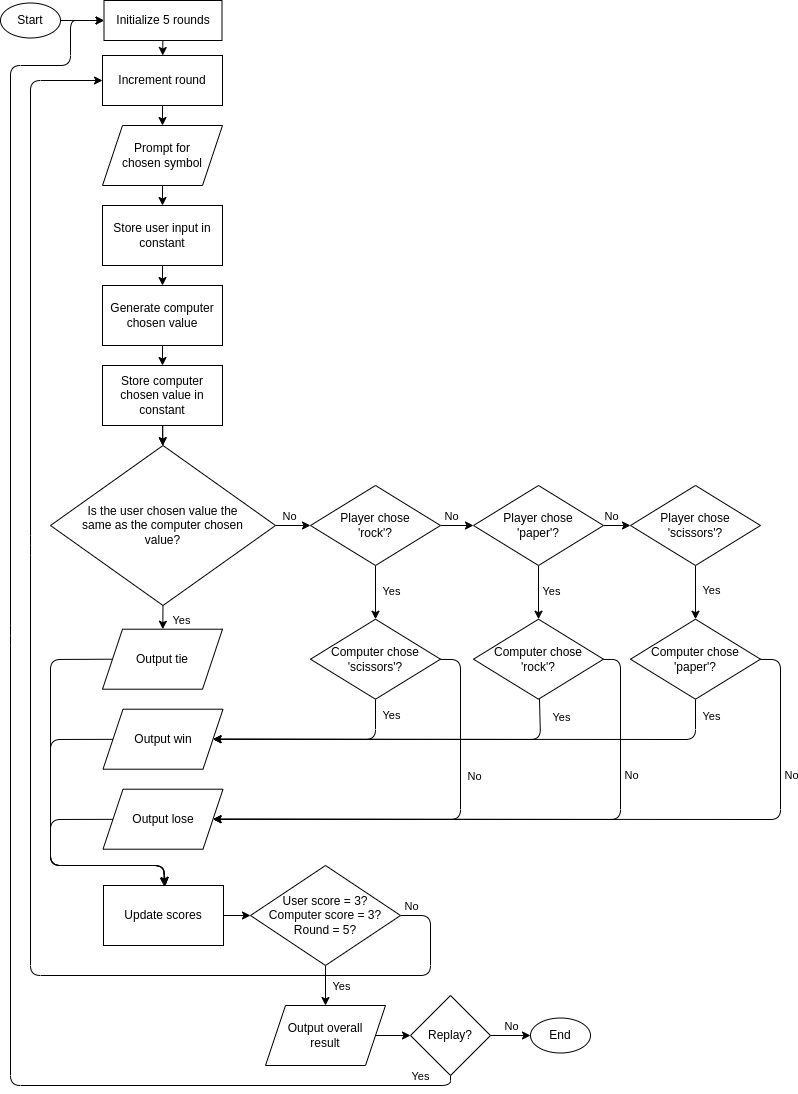
Before: algorithm/algorithm.drawio.png, a diagram exported from draw.io (zoard-ehmann/odin-rock-paper-scissors). Source tidied: cells renumbered, new cells last; positions are measured from the earlier drawing's top-left corner, leaving out a move shared by most shapes.
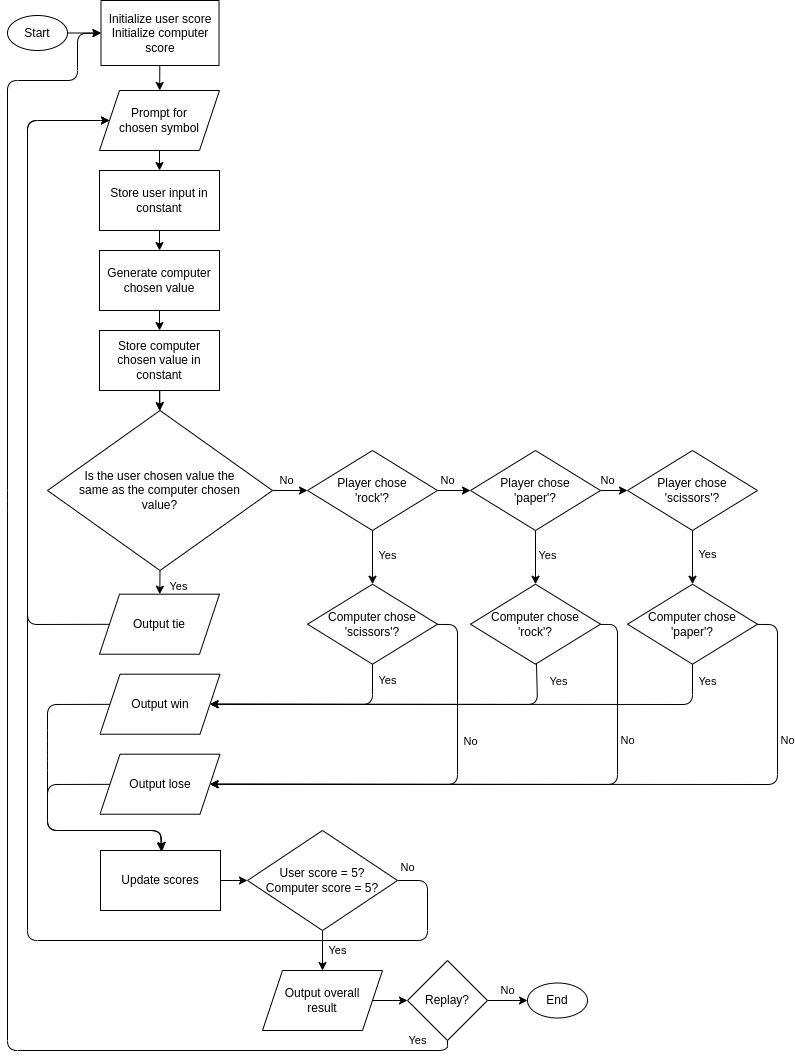
After the commit.

Commit message:
docs: Update docs & algorithm with GUI setup

The edit, as a diff of the source:
```diff
@@ -52,17 +52,15 @@
     <mxCell id="15" value="Player chose&lt;br&gt;'rock'?" style="rhombus;whiteSpace=wrap;html=1;" parent="1" vertex="1">
       <mxGeometry x="310" y="485" width="130" height="80" as="geometry" />
     </mxCell>
-    <mxCell id="16" style="edgeStyle=none;html=1;exitX=0;exitY=0.5;exitDx=0;exitDy=0;entryX=0.5;entryY=0;entryDx=0;entryDy=0;" parent="1" edge="1" source="17">
-      <mxGeometry relative="1" as="geometry">
-        <mxPoint x="165" y="885" as="targetPoint" />
-        <Array as="points">
-          <mxPoint x="50" y="659" />
-          <mxPoint x="50" y="865" />
-          <mxPoint x="100" y="865" />
-          <mxPoint x="163" y="865" />
-        </Array>
-      </mxGeometry>
-    </mxCell>
+    <mxCell id="71" style="edgeStyle=none;html=1;entryX=0;entryY=0.5;entryDx=0;entryDy=0;" parent="1" edge="1" source="17" target="19">
+      <mxGeometry relative="1" as="geometry">
+        <Array as="points">
+          <mxPoint x="30" y="659" />
+          <mxPoint x="30" y="395" />
+          <mxPoint x="30" y="155" />
+        </Array>
+      </mxGeometry>
+    </mxCell>
     <mxCell id="17" value="Output tie" style="shape=parallelogram;perimeter=parallelogramPerimeter;whiteSpace=wrap;html=1;fixedSize=1;" parent="1" vertex="1">
       <mxGeometry x="102" y="628.7" width="120" height="60" as="geometry" />
     </mxCell>
@@ -116,6 +114,8 @@
         <mxPoint x="165" y="885" as="targetPoint" />
         <Array as="points">
           <mxPoint x="50" y="739" />
+          <mxPoint x="50" y="775" />
+          <mxPoint x="50" y="795" />
           <mxPoint x="50" y="865" />
           <mxPoint x="163" y="865" />
         </Array>
@@ -231,14 +231,14 @@
         <mxPoint x="15" y="-4" as="offset" />
       </mxGeometry>
     </mxCell>
-    <mxCell id="52" style="edgeStyle=none;html=1;entryX=0;entryY=0.5;entryDx=0;entryDy=0;exitX=1;exitY=0.5;exitDx=0;exitDy=0;" parent="1" edge="1" source="54" target="61">
+    <mxCell id="52" style="edgeStyle=none;html=1;entryX=0;entryY=0.5;entryDx=0;entryDy=0;exitX=1;exitY=0.5;exitDx=0;exitDy=0;" parent="1" edge="1" source="54" target="19">
       <mxGeometry relative="1" as="geometry">
         <Array as="points">
           <mxPoint x="430" y="915" />
           <mxPoint x="430" y="975" />
           <mxPoint x="30" y="975" />
           <mxPoint x="30" y="545" />
-          <mxPoint x="30" y="80" />
+          <mxPoint x="30" y="155" />
         </Array>
       </mxGeometry>
     </mxCell>
@@ -247,14 +247,19 @@
         <mxPoint x="-17" y="-56" as="offset" />
       </mxGeometry>
     </mxCell>
-    <mxCell id="54" value="User score = 3?&lt;br&gt;Computer score = 3?&lt;br&gt;Round = 5?" style="rhombus;whiteSpace=wrap;html=1;" parent="1" vertex="1">
+    <mxCell id="54" value="User score = 5?&lt;br&gt;Computer score = 5?" style="rhombus;whiteSpace=wrap;html=1;" parent="1" vertex="1">
       <mxGeometry x="250" y="865" width="150" height="100" as="geometry" />
     </mxCell>
-    <mxCell id="55" style="edgeStyle=none;html=1;" parent="1" edge="1" source="56" target="61">
-      <mxGeometry relative="1" as="geometry" />
+    <mxCell id="55" style="edgeStyle=none;html=1;" parent="1" edge="1" source="56">
+      <mxGeometry relative="1" as="geometry">
+        <mxPoint x="162.2" y="75" as="targetPoint" />
+      </mxGeometry>
     </mxCell>
+    <mxCell id="72" style="edgeStyle=none;html=1;" parent="1" edge="1" source="56" target="19">
+      <mxGeometry relative="1" as="geometry" />
+    </mxCell>
-    <mxCell id="56" value="Initialize 5 rounds" style="rounded=0;whiteSpace=wrap;html=1;" parent="1" vertex="1">
-      <mxGeometry x="103.5" width="118" height="40" as="geometry" />
+    <mxCell id="56" value="Initialize user score&lt;br&gt;Initialize computer score" style="rounded=0;whiteSpace=wrap;html=1;" parent="1" vertex="1">
+      <mxGeometry x="103.5" y="35" width="118" height="65" as="geometry" />
     </mxCell>
     <mxCell id="57" value="End" style="ellipse;whiteSpace=wrap;html=1;" parent="1" vertex="1">
       <mxGeometry x="530" y="1017.5" width="60" height="35" as="geometry" />
@@ -265,12 +270,6 @@
     <mxCell id="59" value="Update scores" style="rounded=0;whiteSpace=wrap;html=1;" parent="1" vertex="1">
       <mxGeometry x="103" y="885" width="120" height="60" as="geometry" />
     </mxCell>
-    <mxCell id="60" style="edgeStyle=none;html=1;" parent="1" edge="1" source="61" target="19">
-      <mxGeometry relative="1" as="geometry" />
-    </mxCell>
-    <mxCell id="61" value="Increment round" style="rounded=0;whiteSpace=wrap;html=1;" parent="1" vertex="1">
-      <mxGeometry x="102" y="55" width="120" height="50" as="geometry" />
-    </mxCell>
     <mxCell id="62" style="edgeStyle=none;html=1;" parent="1" edge="1" source="66" target="57">
       <mxGeometry relative="1" as="geometry" />
     </mxCell>
@@ -284,17 +283,16 @@
         <Array as="points">
           <mxPoint x="450" y="1085" />
           <mxPoint x="10" y="1085" />
-          <mxPoint x="10" y="635" />
-          <mxPoint x="10" y="65" />
-          <mxPoint x="70" y="65" />
-          <mxPoint x="70" y="20" />
-          <mxPoint x="80" y="20" />
+          <mxPoint x="10" y="535" />
+          <mxPoint x="10" y="115" />
+          <mxPoint x="80" y="115" />
+          <mxPoint x="80" y="68" />
         </Array>
       </mxGeometry>
     </mxCell>
     <mxCell id="65" value="Yes" style="edgeLabel;html=1;align=center;verticalAlign=middle;" parent="64" vertex="1">
-      <mxGeometry x="-0.93" y="-2" relative="1" as="geometry">
-        <mxPoint x="19" y="-8" as="offset" />
+      <mxGeometry x="-0.97" y="2" relative="1" as="geometry">
+        <mxPoint x="-13" y="-12" as="offset" />
       </mxGeometry>
     </mxCell>
     <mxCell id="66" value="Replay?" style="rhombus;whiteSpace=wrap;html=1;" parent="1" vertex="1">
@@ -306,11 +304,11 @@
     <mxCell id="68" value="Output overall&lt;br&gt;result" style="shape=parallelogram;perimeter=parallelogramPerimeter;whiteSpace=wrap;html=1;fixedSize=1;" parent="1" vertex="1">
       <mxGeometry x="265" y="1005" width="120" height="60" as="geometry" />
     </mxCell>
-    <mxCell id="69" style="edgeStyle=none;html=1;entryX=0;entryY=0.5;entryDx=0;entryDy=0;" parent="1" edge="1" source="70" target="56">
+    <mxCell id="69" style="edgeStyle=none;html=1;" parent="1" edge="1" source="70" target="56">
       <mxGeometry relative="1" as="geometry" />
     </mxCell>
     <mxCell id="70" value="Start" style="ellipse;whiteSpace=wrap;html=1;" parent="1" vertex="1">
-      <mxGeometry y="2.5" width="60" height="35" as="geometry" />
+      <mxGeometry x="10" y="50" width="60" height="35" as="geometry" />
     </mxCell>
   </root>
 </mxGraphModel>
```
